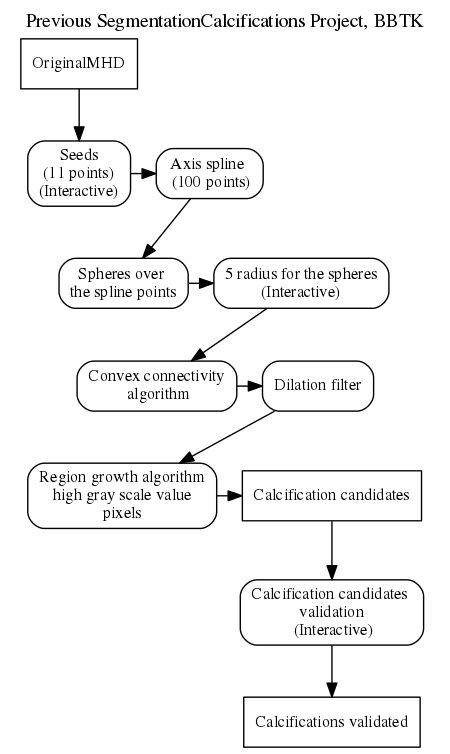
Above: docs/old_project_SegCall.png in sercharpak/Proyecto_de_grado (Graphviz), before the change. Its source is kept beside it as docs/old_project_SegCall.gv. Its diagram source:
```dot
digraph G {
graph [label="Previous SegmentationCalcifications Project, BBTK", labelloc=t, labeljust=c, dpi = 100]
rankdir=TB;
node [fontsize=12, shape=record]
edge [fontsize=12]

BBTK_Validation [label="Calcification candidates \n validation \n (Interactive)" shape=Mrecord];
BBTK_Validated [label="Calcifications validated" shape=record];

subgraph cluster_ProcessingBBTK_graph{
  color=invis;
  label="";
  BBTK_Seeds[label="Seeds\n(11 points)\n(Interactive)", fontsize=12, shape = Mrecord];
  BBTK_Spline[label="Axis spline \n (100 points)", fontsize=12, shape = Mrecord];
  BBTK_Spheres [label="Spheres over \nthe spline points" shape=Mrecord];
  BBTK_Radius [label=" 5 radius for the spheres\n(Interactive)" shape=Mrecord];
  BBTK_Convex [label="Convex connectivity\n algorithm" shape=Mrecord];
  BBTK_Dilation [label="Dilation filter" shape=Mrecord];
  BBTK_Growth [label="Region growth algorithm\nhigh gray scale value\npixels" shape=Mrecord];
  BBTK_Candidates [label="Calcification candidates" shape=record];

  {rank=same; BBTK_Seeds,BBTK_Spline }
  {rank=same; BBTK_Spheres,BBTK_Radius }
  {rank=same; BBTK_Convex,BBTK_Dilation }
  {rank=same; BBTK_Growth,BBTK_Candidates}
}


OriginalMHD -> BBTK_Seeds;
BBTK_Seeds -> BBTK_Spline;
BBTK_Spline -> BBTK_Spheres;
BBTK_Spheres -> BBTK_Radius;
BBTK_Radius -> BBTK_Convex;
BBTK_Convex -> BBTK_Dilation
BBTK_Dilation -> BBTK_Growth;
BBTK_Growth -> BBTK_Candidates;
BBTK_Candidates -> BBTK_Validation;
BBTK_Validation -> BBTK_Validated;
}
```
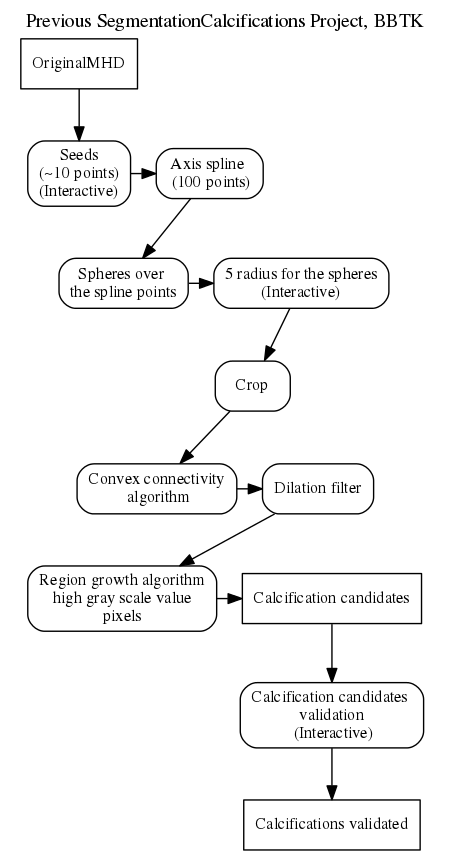
The same diagram one commit later.

Commit message:
Corrected diagrams

Change to the diagram source:
```diff
@@ -10,10 +10,11 @@
 subgraph cluster_ProcessingBBTK_graph{
   color=invis;
   label="";
-  BBTK_Seeds[label="Seeds\n(11 points)\n(Interactive)", fontsize=12, shape = Mrecord];
+  BBTK_Seeds[label="Seeds\n(~10 points)\n(Interactive)", fontsize=12, shape = Mrecord];
   BBTK_Spline[label="Axis spline \n (100 points)", fontsize=12, shape = Mrecord];
   BBTK_Spheres [label="Spheres over \nthe spline points" shape=Mrecord];
   BBTK_Radius [label=" 5 radius for the spheres\n(Interactive)" shape=Mrecord];
+  BBTK_Crop [label="Crop" shape=Mrecord];
   BBTK_Convex [label="Convex connectivity\n algorithm" shape=Mrecord];
   BBTK_Dilation [label="Dilation filter" shape=Mrecord];
   BBTK_Growth [label="Region growth algorithm\nhigh gray scale value\npixels" shape=Mrecord];
@@ -30,7 +31,8 @@
 BBTK_Seeds -> BBTK_Spline;
 BBTK_Spline -> BBTK_Spheres;
 BBTK_Spheres -> BBTK_Radius;
-BBTK_Radius -> BBTK_Convex;
+BBTK_Radius -> BBTK_Crop;
+BBTK_Crop -> BBTK_Convex;
 BBTK_Convex -> BBTK_Dilation
 BBTK_Dilation -> BBTK_Growth;
 BBTK_Growth -> BBTK_Candidates;
```
